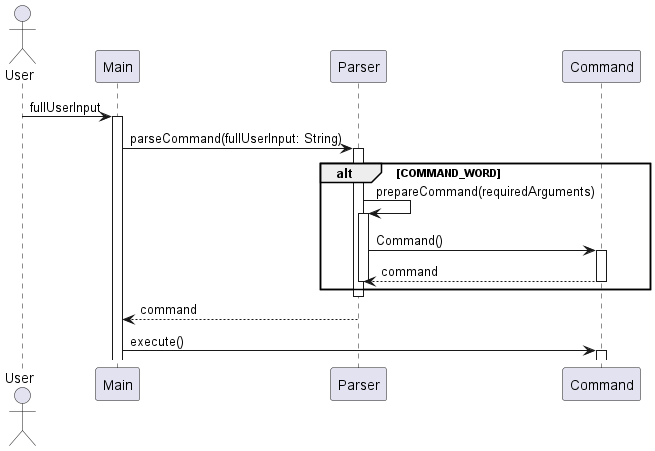
nus-cs2113-AY2324S1/tp keeps this PlantUML diagram as docs/images/sequence/Parser.png. Above is the earlier version. Its diagram source:
```plantuml
@startuml

actor User

User -> Main: fullUserInput
activate Main
Main -> Parser: parseCommand(fullUserInput: String)
activate Parser

alt COMMAND_WORD
Parser -> Parser: prepareCommand(requiredArguments)
activate Parser
Parser -> Command: Command()
activate Command
Command --> Parser: command
deactivate Command
deactivate Parser
end alt

deactivate Parser

Parser --> Main: command
Main -> Command: execute()
activate Command
@enduml
```
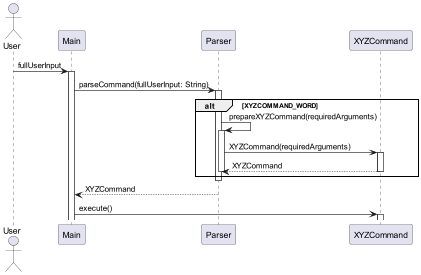
The same diagram one commit later.

Diff of the diagram source:
```diff
@@ -7,19 +7,19 @@
 Main -> Parser: parseCommand(fullUserInput: String)
 activate Parser
 
-alt COMMAND_WORD
-Parser -> Parser: prepareCommand(requiredArguments)
+alt XYZCOMMAND_WORD
+Parser -> Parser: prepareXYZCommand(requiredArguments)
 activate Parser
-Parser -> Command: Command()
-activate Command
-Command --> Parser: command
-deactivate Command
+Parser -> XYZCommand: XYZCommand(requiredArguments)
+activate XYZCommand
+XYZCommand --> Parser: XYZCommand
+deactivate XYZCommand
 deactivate Parser
 end alt
 
 deactivate Parser
 
-Parser --> Main: command
-Main -> Command: execute()
-activate Command
+Parser --> Main: XYZCommand
+Main -> XYZCommand: execute()
+activate XYZCommand
 @enduml
```
